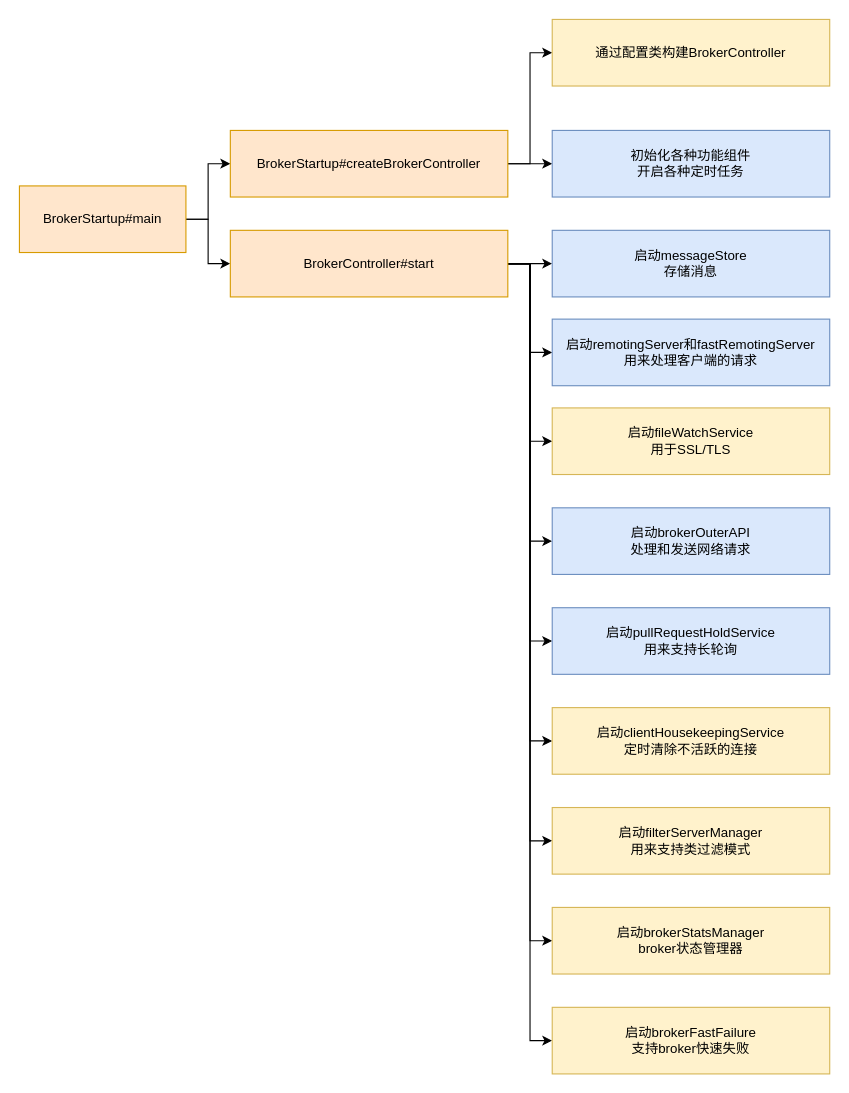
This is rocketmq/broker启动流程.drawio from erlieStar/diagrams, a draw.io file, before an edit. Source tidied: cells renumbered, new cells numbered last; positions are measured from the earlier drawing's top-left corner, leaving out a move shared by most shapes. Both pictures are drawn from the tidied source at 111%, with x=0, y=0 at pixel (19, 19).
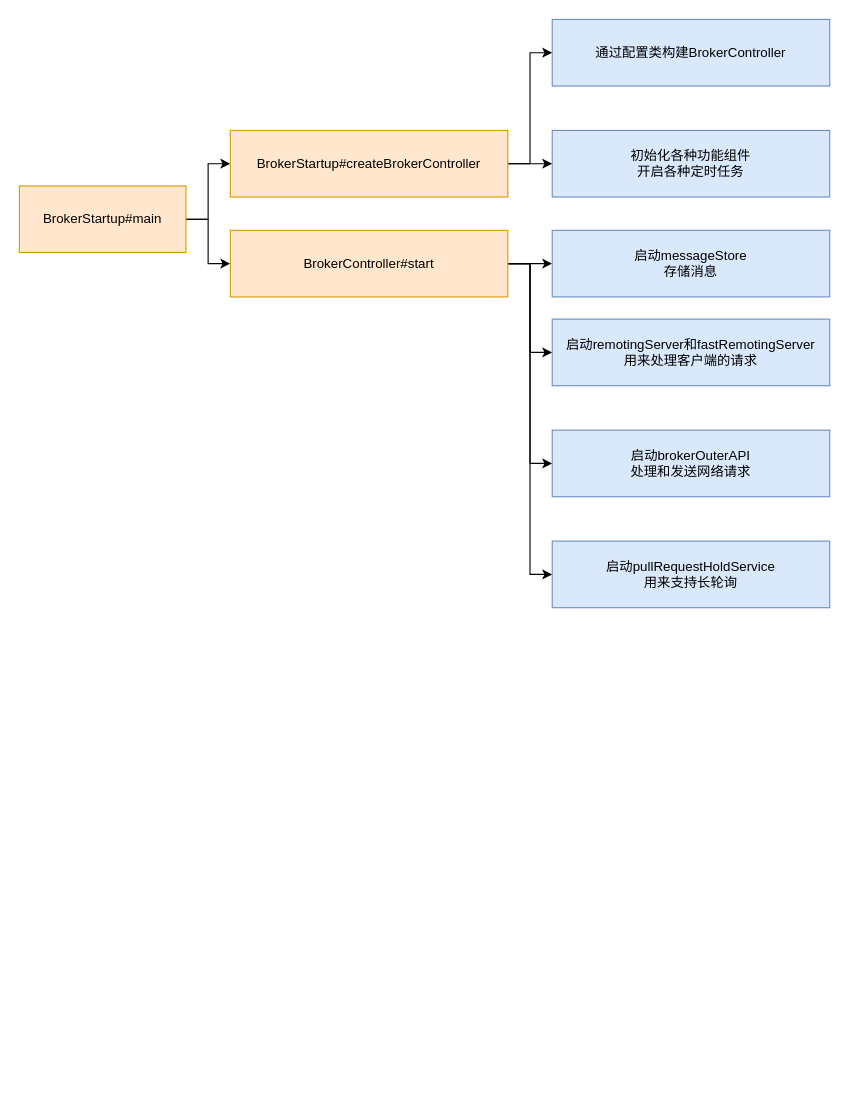
The same page after the edit.

Unchanged cells that the change refers to:
```xml
<mxCell id="17" value="BrokerController#start" style="rounded=0;whiteSpace=wrap;html=1;fillColor=#ffe6cc;strokeColor=#d79b00;" parent="1" vertex="1">
  <mxGeometry x="190" y="190" width="250" height="60" as="geometry" />
</mxCell>
```

What changed in the source:
```diff
@@
-    <mxCell id="10" style="edgeStyle=orthogonalEdgeStyle;rounded=0;jettySize=auto;html=1;exitX=1;exitY=0.5;exitDx=0;exitDy=0;entryX=0;entryY=0.5;entryDx=0;entryDy=0;" parent="1" edge="1" source="17" target="21">
-      <mxGeometry relative="1" as="geometry" />
-    </mxCell>
@@
-    <mxCell id="13" style="edgeStyle=orthogonalEdgeStyle;rounded=0;jettySize=auto;html=1;exitX=1;exitY=0.5;exitDx=0;exitDy=0;entryX=0;entryY=0.5;entryDx=0;entryDy=0;" parent="1" edge="1" source="17" target="24">
-      <mxGeometry relative="1" as="geometry" />
-    </mxCell>
-    <mxCell id="14" style="edgeStyle=orthogonalEdgeStyle;rounded=0;jettySize=auto;html=1;exitX=1;exitY=0.5;exitDx=0;exitDy=0;entryX=0;entryY=0.5;entryDx=0;entryDy=0;" parent="1" edge="1" source="17" target="25">
-      <mxGeometry relative="1" as="geometry" />
-    </mxCell>
-    <mxCell id="15" style="edgeStyle=orthogonalEdgeStyle;rounded=0;jettySize=auto;html=1;exitX=1;exitY=0.5;exitDx=0;exitDy=0;entryX=0;entryY=0.5;entryDx=0;entryDy=0;" parent="1" edge="1" source="17" target="26">
-      <mxGeometry relative="1" as="geometry" />
-    </mxCell>
-    <mxCell id="16" style="edgeStyle=orthogonalEdgeStyle;rounded=0;jettySize=auto;html=1;exitX=1;exitY=0.5;exitDx=0;exitDy=0;entryX=0;entryY=0.5;entryDx=0;entryDy=0;" parent="1" edge="1" source="17" target="27">
-      <mxGeometry relative="1" as="geometry" />
-    </mxCell>
@@
-    <mxCell id="21" value="启动fileWatchService&lt;br&gt;&lt;span style=&quot;text-align: left&quot;&gt;用于SSL/TLS&lt;/span&gt;" style="rounded=0;whiteSpace=wrap;html=1;fillColor=#fff2cc;strokeColor=#d6b656;" parent="1" vertex="1">
-      <mxGeometry x="480" y="350" width="250" height="60" as="geometry" />
-    </mxCell>
     <mxCell id="22" value="启动brokerOuterAPI&lt;br&gt;处理和发送网络请求" style="rounded=0;whiteSpace=wrap;html=1;fillColor=#dae8fc;strokeColor=#6c8ebf;" parent="1" vertex="1">
-      <mxGeometry x="480" y="440" width="250" height="60" as="geometry" />
+      <mxGeometry x="480" y="370" width="250" height="60" as="geometry" />
     </mxCell>
     <mxCell id="23" value="启动pullRequestHoldService&lt;br&gt;用来支持长轮询" style="rounded=0;whiteSpace=wrap;html=1;fillColor=#dae8fc;strokeColor=#6c8ebf;" parent="1" vertex="1">
-      <mxGeometry x="480" y="530" width="250" height="60" as="geometry" />
+      <mxGeometry x="480" y="470" width="250" height="60" as="geometry" />
     </mxCell>
-    <mxCell id="24" value="启动clientHousekeepingService&lt;br&gt;定时清除不活跃的连接" style="rounded=0;whiteSpace=wrap;html=1;fillColor=#fff2cc;strokeColor=#d6b656;" parent="1" vertex="1">
-      <mxGeometry x="480" y="620" width="250" height="60" as="geometry" />
-    </mxCell>
-    <mxCell id="25" value="启动filterServerManager&lt;br&gt;用来支持类过滤模式" style="rounded=0;whiteSpace=wrap;html=1;fillColor=#fff2cc;strokeColor=#d6b656;" parent="1" vertex="1">
-      <mxGeometry x="480" y="710" width="250" height="60" as="geometry" />
-    </mxCell>
-    <mxCell id="26" value="启动brokerStatsManager&lt;br&gt;broker状态管理器" style="rounded=0;whiteSpace=wrap;html=1;fillColor=#fff2cc;strokeColor=#d6b656;" parent="1" vertex="1">
-      <mxGeometry x="480" y="800" width="250" height="60" as="geometry" />
-    </mxCell>
-    <mxCell id="27" value="启动brokerFastFailure&lt;br&gt;支持broker快速失败" style="rounded=0;whiteSpace=wrap;html=1;fillColor=#fff2cc;strokeColor=#d6b656;" parent="1" vertex="1">
-      <mxGeometry x="480" y="890" width="250" height="60" as="geometry" />
-    </mxCell>
-    <mxCell id="28" value="通过配置类构建BrokerController" style="rounded=0;whiteSpace=wrap;html=1;fillColor=#fff2cc;strokeColor=#d6b656;" parent="1" vertex="1">
+    <mxCell id="28" value="通过配置类构建BrokerController" style="rounded=0;whiteSpace=wrap;html=1;fillColor=#dae8fc;strokeColor=#6c8ebf;" parent="1" vertex="1">
       <mxGeometry x="480" width="250" height="60" as="geometry" />
     </mxCell>
```
